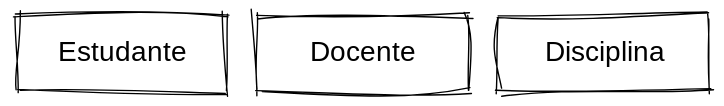
Above: .gitbook/assets/file.excalidraw (1).svg in francojoao/gb-banco-de-dados (Excalidraw), before the change. Source tidied: one line per element, renumbered; positions are measured from the earlier drawing's top-left corner, leaving out a move shared by most shapes. Its diagram source:
```json
{"id": 0, "type": "rectangle", "strokeColor": "#000000", "strokeWidth": 1, "roughness": 2, "x": 0, "y": 0, "width": 152, "height": 56}
{"id": 1, "type": "rectangle", "strokeColor": "#000000", "strokeWidth": 1, "roughness": 2, "x": 173, "y": 0, "width": 152, "height": 55}
{"id": 2, "type": "rectangle", "strokeColor": "#000000", "strokeWidth": 1, "roughness": 2, "x": 345, "y": 0, "width": 152, "height": 55}
{"id": 3, "type": "text", "text": "Estudante", "strokeColor": "#000000", "strokeWidth": 1, "roughness": 0, "fontSize": 20, "fontFamily": 1, "textAlign": "center", "x": 24, "y": 16, "width": 105, "height": 25}
{"id": 4, "type": "text", "text": "Docente", "strokeColor": "#000000", "strokeWidth": 1, "roughness": 0, "fontSize": 20, "fontFamily": 1, "textAlign": "center", "x": 209, "y": 16, "width": 81, "height": 25}
{"id": 5, "type": "text", "text": "Disciplina", "strokeColor": "#000000", "strokeWidth": 1, "roughness": 0, "fontSize": 20, "fontFamily": 1, "textAlign": "center", "x": 378, "y": 16, "width": 89, "height": 25}
```
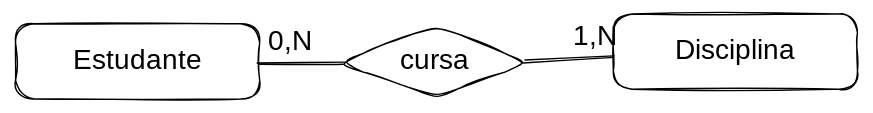
After the change.

What changed in the source:
```diff
@@ -1,6 +1,10 @@
-{"id": 0, "type": "rectangle", "strokeColor": "#000000", "strokeWidth": 1, "roughness": 2, "x": 0, "y": 0, "width": 152, "height": 56}
-{"id": 1, "type": "rectangle", "strokeColor": "#000000", "strokeWidth": 1, "roughness": 2, "x": 173, "y": 0, "width": 152, "height": 55}
-{"id": 2, "type": "rectangle", "strokeColor": "#000000", "strokeWidth": 1, "roughness": 2, "x": 345, "y": 0, "width": 152, "height": 55}
+{"id": 6, "type": "rectangle", "strokeColor": "#000000", "strokeWidth": 1, "roughness": 1, "round": true, "x": -27, "y": 103, "width": 175, "height": 54}
-{"id": 3, "type": "text", "text": "Estudante", "strokeColor": "#000000", "strokeWidth": 1, "roughness": 0, "fontSize": 20, "fontFamily": 1, "textAlign": "center", "x": 24, "y": 16, "width": 105, "height": 25}
+{"id": 3, "type": "text", "text": "Estudante", "strokeColor": "#000000", "strokeWidth": 1, "roughness": 1, "fontSize": 20, "fontFamily": 1, "textAlign": "center", "verticalAlign": "middle", "inside": 6, "x": 8, "y": 118, "width": 105, "height": 23}
-{"id": 4, "type": "text", "text": "Docente", "strokeColor": "#000000", "strokeWidth": 1, "roughness": 0, "fontSize": 20, "fontFamily": 1, "textAlign": "center", "x": 209, "y": 16, "width": 81, "height": 25}
+{"id": 7, "type": "rectangle", "strokeColor": "#000000", "strokeWidth": 1, "roughness": 1, "round": true, "x": 402, "y": 96, "width": 175, "height": 54}
-{"id": 5, "type": "text", "text": "Disciplina", "strokeColor": "#000000", "strokeWidth": 1, "roughness": 0, "fontSize": 20, "fontFamily": 1, "textAlign": "center", "x": 378, "y": 16, "width": 89, "height": 25}
+{"id": 5, "type": "text", "text": "Disciplina", "strokeColor": "#000000", "strokeWidth": 1, "roughness": 1, "fontSize": 20, "fontFamily": 1, "textAlign": "center", "verticalAlign": "middle", "inside": 7, "x": 445, "y": 111, "width": 89, "height": 23}
+{"id": 8, "type": "diamond", "strokeColor": "#000000", "strokeWidth": 1, "roughness": 1, "round": true, "x": 205, "y": 104, "width": 136, "height": 52}
+{"id": 9, "type": "text", "text": "cursa", "strokeColor": "#000000", "strokeWidth": 1, "roughness": 1, "fontSize": 20, "fontFamily": 1, "textAlign": "center", "verticalAlign": "middle", "inside": 8, "x": 245, "y": 118, "width": 56, "height": 23}
+{"id": 10, "type": "line", "strokeColor": "#000000", "strokeWidth": 1, "roughness": 1, "round": true, "x": 148, "y": 132, "width": 61, "height": 1, "points": [[0, 0], [61, -1]]}
+{"id": 11, "type": "line", "strokeColor": "#000000", "strokeWidth": 1, "roughness": 1, "round": true, "x": 338, "y": 130, "width": 63, "height": 3, "points": [[0, 0], [63, -3]]}
+{"id": 12, "type": "text", "text": "0,N", "strokeColor": "#000000", "strokeWidth": 1, "roughness": 1, "fontSize": 20, "fontFamily": 1, "x": 154, "y": 104, "width": 34, "height": 25}
+{"id": 13, "type": "text", "text": "1,N", "strokeColor": "#000000", "strokeWidth": 1, "roughness": 1, "fontSize": 20, "fontFamily": 1, "x": 372, "y": 100, "width": 25, "height": 25}
```
